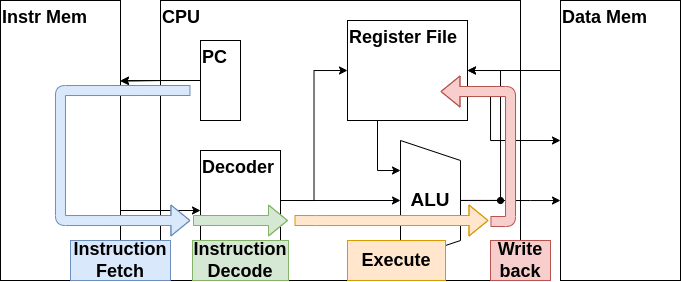
VLSI-JP/VLSI-JP.github.io keeps this draw.io diagram as images/LetsMakeCPU/pipelined_cpu.png. Above is the earlier version. Source tidied: cells renumbered, new cells last; positions are measured from the earlier drawing's top-left corner, leaving out a move shared by most shapes. Its diagram source:
```xml
<mxGraphModel>
  <root>
    <mxCell id="0" />
    <mxCell id="1" parent="0" />
    <mxCell id="2" value="CPU" style="rounded=0;whiteSpace=wrap;html=1;align=left;verticalAlign=top;fontSize=18;fontStyle=1;" parent="1" vertex="1">
      <mxGeometry x="160" width="360" height="280" as="geometry" />
    </mxCell>
    <mxCell id="3" style="edgeStyle=orthogonalEdgeStyle;rounded=0;jettySize=auto;html=1;exitX=1;exitY=0.75;exitDx=0;exitDy=0;entryX=0;entryY=0.6;entryDx=0;entryDy=0;entryPerimeter=0;" parent="1" edge="1" source="4" target="18">
      <mxGeometry relative="1" as="geometry" />
    </mxCell>
    <mxCell id="4" value="Instr Mem" style="rounded=0;whiteSpace=wrap;html=1;align=left;verticalAlign=top;fontSize=18;fontStyle=1;" parent="1" vertex="1">
      <mxGeometry width="120" height="280" as="geometry" />
    </mxCell>
    <mxCell id="5" style="edgeStyle=orthogonalEdgeStyle;rounded=0;jettySize=auto;html=1;exitX=0;exitY=0.25;exitDx=0;exitDy=0;" parent="1" edge="1" source="6" target="9">
      <mxGeometry relative="1" as="geometry" />
    </mxCell>
    <mxCell id="6" value="Data Mem" style="rounded=0;whiteSpace=wrap;html=1;align=left;verticalAlign=top;fontSize=18;fontStyle=1;" parent="1" vertex="1">
      <mxGeometry x="560" width="120" height="280" as="geometry" />
    </mxCell>
    <mxCell id="7" style="edgeStyle=orthogonalEdgeStyle;rounded=0;jettySize=auto;html=1;exitX=0.25;exitY=1;exitDx=0;exitDy=0;entryX=0.25;entryY=1;entryDx=0;entryDy=0;" parent="1" edge="1" source="9" target="11">
      <mxGeometry relative="1" as="geometry" />
    </mxCell>
    <mxCell id="8" style="edgeStyle=orthogonalEdgeStyle;rounded=0;jettySize=auto;html=1;exitX=1;exitY=0.75;exitDx=0;exitDy=0;entryX=0;entryY=0.5;entryDx=0;entryDy=0;" parent="1" edge="1" source="9" target="6">
      <mxGeometry relative="1" as="geometry">
        <Array as="points">
          <mxPoint x="490" y="95" />
          <mxPoint x="490" y="140" />
        </Array>
      </mxGeometry>
    </mxCell>
    <mxCell id="9" value="Register File" style="rounded=0;whiteSpace=wrap;html=1;align=left;verticalAlign=top;fontSize=18;fontStyle=1;" parent="1" vertex="1">
      <mxGeometry x="347" y="20" width="120" height="100" as="geometry" />
    </mxCell>
    <mxCell id="10" style="group;" parent="1" vertex="1">
      <mxGeometry x="400" y="140" width="60" height="120" as="geometry" />
    </mxCell>
    <mxCell id="11" style="shape=trapezoid;perimeter=trapezoidPerimeter;whiteSpace=wrap;html=1;fixedSize=1;fontSize=18;fontStyle=1;rotation=90;" parent="10" vertex="1">
      <mxGeometry x="-30" y="30" width="120" height="60" as="geometry" />
    </mxCell>
    <mxCell id="12" style="edgeStyle=orthogonalEdgeStyle;rounded=0;jettySize=auto;html=1;exitX=1;exitY=0.5;exitDx=0;exitDy=0;endArrow=oval;endFill=1;" parent="10" edge="1" source="13">
      <mxGeometry relative="1" as="geometry">
        <mxPoint x="100" y="60" as="targetPoint" />
      </mxGeometry>
    </mxCell>
    <mxCell id="13" value="ALU" style="text;html=1;strokeColor=none;fillColor=none;align=center;verticalAlign=middle;whiteSpace=wrap;rounded=0;fontStyle=1;fontSize=19;" parent="10" vertex="1">
      <mxGeometry y="45" width="60" height="30" as="geometry" />
    </mxCell>
    <mxCell id="14" style="edgeStyle=orthogonalEdgeStyle;rounded=0;jettySize=auto;html=1;exitX=0;exitY=0.5;exitDx=0;exitDy=0;entryX=0.999;entryY=0.288;entryDx=0;entryDy=0;entryPerimeter=0;" parent="1" edge="1" source="15" target="4">
      <mxGeometry relative="1" as="geometry" />
    </mxCell>
    <mxCell id="15" value="PC" style="rounded=0;whiteSpace=wrap;html=1;align=left;verticalAlign=top;fontSize=18;fontStyle=1;" parent="1" vertex="1">
      <mxGeometry x="200" y="40" width="40" height="80" as="geometry" />
    </mxCell>
    <mxCell id="16" style="edgeStyle=orthogonalEdgeStyle;rounded=0;jettySize=auto;html=1;exitX=1;exitY=0.5;exitDx=0;exitDy=0;entryX=0;entryY=0.5;entryDx=0;entryDy=0;" parent="1" edge="1" source="18" target="13">
      <mxGeometry relative="1" as="geometry" />
    </mxCell>
    <mxCell id="17" style="edgeStyle=orthogonalEdgeStyle;rounded=0;jettySize=auto;html=1;exitX=1;exitY=0.5;exitDx=0;exitDy=0;entryX=0;entryY=0.5;entryDx=0;entryDy=0;" parent="1" edge="1" source="18" target="9">
      <mxGeometry relative="1" as="geometry" />
    </mxCell>
    <mxCell id="18" value="Decoder" style="rounded=0;whiteSpace=wrap;html=1;align=left;verticalAlign=top;fontSize=18;fontStyle=1;" parent="1" vertex="1">
      <mxGeometry x="200" y="150" width="80" height="100" as="geometry" />
    </mxCell>
    <mxCell id="19" style="edgeStyle=orthogonalEdgeStyle;rounded=0;jettySize=auto;html=1;exitX=0;exitY=0.5;exitDx=0;exitDy=0;entryX=1;entryY=0.286;entryDx=0;entryDy=0;entryPerimeter=0;" parent="1" edge="1" source="15" target="4">
      <mxGeometry relative="1" as="geometry" />
    </mxCell>
    <mxCell id="20" style="edgeStyle=orthogonalEdgeStyle;rounded=0;jettySize=auto;html=1;exitX=1;exitY=0.5;exitDx=0;exitDy=0;" parent="1" edge="1" source="13" target="6">
      <mxGeometry relative="1" as="geometry">
        <Array as="points">
          <mxPoint x="530" y="200" />
          <mxPoint x="530" y="200" />
        </Array>
      </mxGeometry>
    </mxCell>
    <mxCell id="21" style="edgeStyle=orthogonalEdgeStyle;rounded=0;jettySize=auto;html=1;exitX=1;exitY=0.5;exitDx=0;exitDy=0;entryX=1;entryY=0.5;entryDx=0;entryDy=0;" parent="1" edge="1" target="9">
      <mxGeometry relative="1" as="geometry">
        <mxPoint x="460" y="199.9" as="sourcePoint" />
        <Array as="points">
          <mxPoint x="500" y="200" />
          <mxPoint x="500" y="70" />
        </Array>
      </mxGeometry>
    </mxCell>
    <mxCell id="22" style="shape=flexArrow;endArrow=classic;html=1;rounded=1;edgeStyle=orthogonalEdgeStyle;fillColor=#dae8fc;strokeColor=#6c8ebf;" parent="1" edge="1">
      <mxGeometry relative="1" as="geometry">
        <mxPoint x="190" y="90" as="sourcePoint" />
        <mxPoint x="189.9" y="220" as="targetPoint" />
        <Array as="points">
          <mxPoint x="60" y="90" />
          <mxPoint x="60" y="220" />
        </Array>
      </mxGeometry>
    </mxCell>
    <mxCell id="23" style="shape=flexArrow;endArrow=classic;html=1;rounded=1;fillColor=#ffe6cc;strokeColor=#d79b00;edgeStyle=orthogonalEdgeStyle;" parent="1" edge="1">
      <mxGeometry relative="1" as="geometry">
        <mxPoint x="294" y="220" as="sourcePoint" />
        <mxPoint x="488" y="220" as="targetPoint" />
        <Array as="points">
          <mxPoint x="316" y="220" />
        </Array>
      </mxGeometry>
    </mxCell>
    <mxCell id="24" style="shape=flexArrow;endArrow=classic;html=1;rounded=1;edgeStyle=orthogonalEdgeStyle;fillColor=#d5e8d4;strokeColor=#82b366;" parent="1" edge="1">
      <mxGeometry relative="1" as="geometry">
        <mxPoint x="192.5" y="220" as="sourcePoint" />
        <mxPoint x="287.5" y="220" as="targetPoint" />
        <Array as="points">
          <mxPoint x="247.5" y="220" />
          <mxPoint x="247.5" y="220" />
        </Array>
      </mxGeometry>
    </mxCell>
    <mxCell id="25" value="Instruction Fetch" style="text;html=1;align=center;verticalAlign=middle;whiteSpace=wrap;rounded=0;fontSize=18;fontStyle=1;fillColor=#dae8fc;strokeColor=#6c8ebf;" parent="1" vertex="1">
      <mxGeometry x="70" y="240" width="100" height="40" as="geometry" />
    </mxCell>
    <mxCell id="26" style="shape=flexArrow;endArrow=none;html=1;rounded=1;edgeStyle=orthogonalEdgeStyle;fillColor=#f8cecc;strokeColor=#b85450;startArrow=block;endFill=0;" parent="1" edge="1">
      <mxGeometry relative="1" as="geometry">
        <mxPoint x="440" y="91" as="sourcePoint" />
        <mxPoint x="489.9" y="221" as="targetPoint" />
        <Array as="points">
          <mxPoint x="510" y="91" />
          <mxPoint x="510" y="221" />
        </Array>
      </mxGeometry>
    </mxCell>
    <mxCell id="27" value="Instruction Decode" style="text;html=1;strokeColor=#82b366;fillColor=#d5e8d4;align=center;verticalAlign=middle;whiteSpace=wrap;rounded=0;fontSize=18;fontStyle=1;" parent="1" vertex="1">
      <mxGeometry x="192" y="240" width="96" height="40" as="geometry" />
    </mxCell>
    <mxCell id="28" value="Execute" style="text;html=1;strokeColor=#d79b00;fillColor=#ffe6cc;align=center;verticalAlign=middle;whiteSpace=wrap;rounded=0;fontSize=18;fontStyle=1;" parent="1" vertex="1">
      <mxGeometry x="347" y="240" width="98" height="40" as="geometry" />
    </mxCell>
    <mxCell id="29" value="Write back" style="text;html=1;strokeColor=#b85450;fillColor=#f8cecc;align=center;verticalAlign=middle;whiteSpace=wrap;rounded=0;fontSize=18;fontStyle=1;" parent="1" vertex="1">
      <mxGeometry x="490" y="240" width="60" height="40" as="geometry" />
    </mxCell>
  </root>
</mxGraphModel>
```
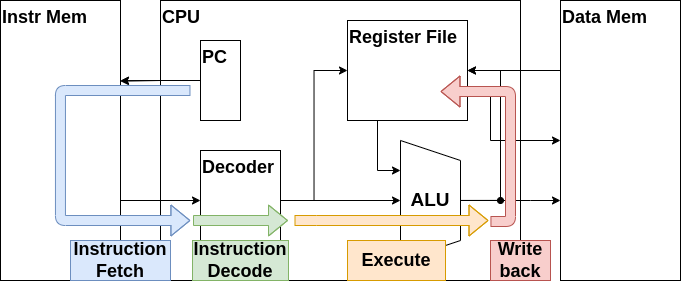
After the change.

Commit message:
add pipelined pic

The edit, as a diff of the source:
```diff
@@ -5,8 +5,12 @@
     <mxCell id="2" value="CPU" style="rounded=0;whiteSpace=wrap;html=1;align=left;verticalAlign=top;fontSize=18;fontStyle=1;" parent="1" vertex="1">
       <mxGeometry x="160" width="360" height="280" as="geometry" />
     </mxCell>
-    <mxCell id="3" style="edgeStyle=orthogonalEdgeStyle;rounded=0;jettySize=auto;html=1;exitX=1;exitY=0.75;exitDx=0;exitDy=0;entryX=0;entryY=0.6;entryDx=0;entryDy=0;entryPerimeter=0;" parent="1" edge="1" source="4" target="18">
-      <mxGeometry relative="1" as="geometry" />
+    <mxCell id="3" style="edgeStyle=orthogonalEdgeStyle;rounded=0;jettySize=auto;html=1;exitX=1;exitY=0.75;exitDx=0;exitDy=0;entryX=0;entryY=0.5;entryDx=0;entryDy=0;" parent="1" edge="1" source="4" target="18">
+      <mxGeometry relative="1" as="geometry">
+        <Array as="points">
+          <mxPoint x="120" y="200" />
+        </Array>
+      </mxGeometry>
     </mxCell>
     <mxCell id="4" value="Instr Mem" style="rounded=0;whiteSpace=wrap;html=1;align=left;verticalAlign=top;fontSize=18;fontStyle=1;" parent="1" vertex="1">
       <mxGeometry width="120" height="280" as="geometry" />
```
